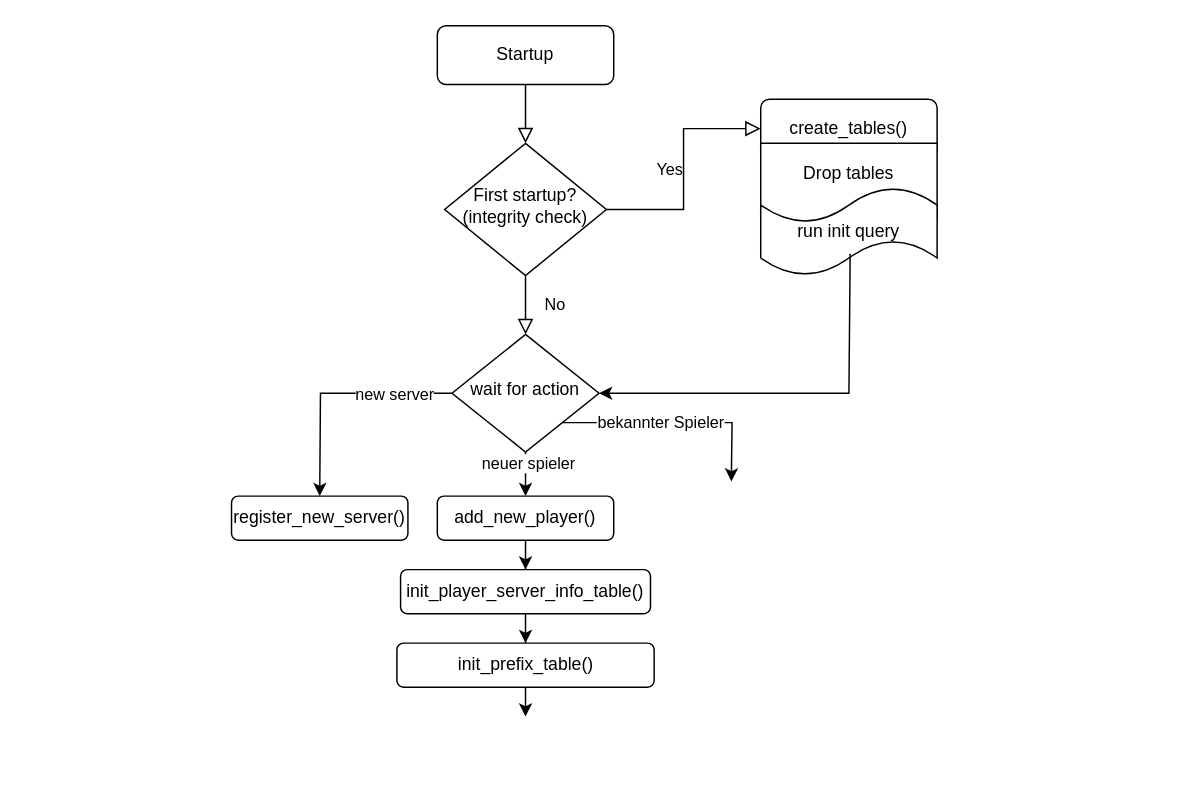
Before: database/Untitled Diagram.drawio in Tobias-Auer/MCConnect, a draw.io diagram. Source tidied: cells renumbered, new cells numbered last; positions are measured from the earlier drawing's top-left corner, leaving out a move shared by most shapes. Both pictures are drawn from the tidied source at 147%, with x=0, y=0 at pixel (231, 25).
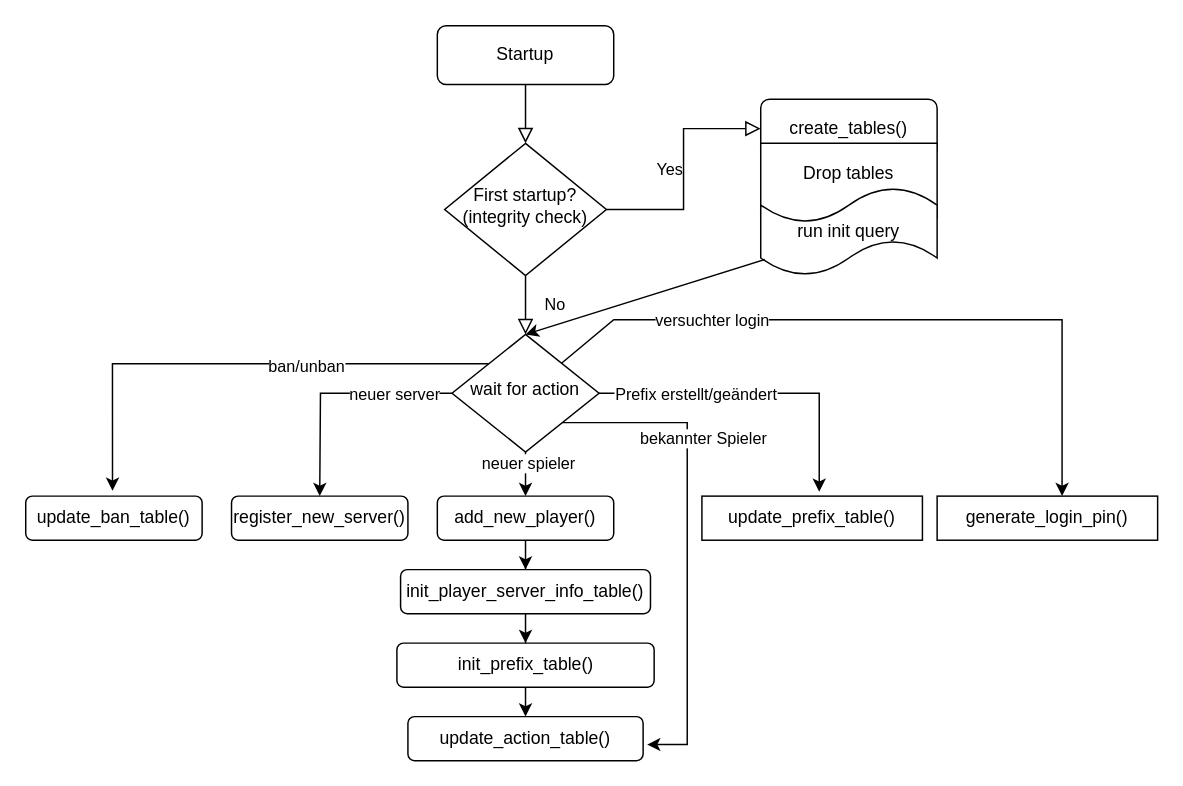
The same page after the edit.

The change refers to these unchanged cells:
```xml
<mxCell id="6" value="&lt;div&gt;First startup?&lt;/div&gt;&lt;div&gt;(integrity check)&lt;br&gt;&lt;/div&gt;" style="rhombus;whiteSpace=wrap;html=1;shadow=0;fontFamily=Helvetica;fontSize=12;align=center;strokeWidth=1;spacing=6;spacingTop=-4;" parent="1" vertex="1">
  <mxGeometry x="145" y="80" width="110" height="90" as="geometry" />
</mxCell>
<mxCell id="8" style="edgeStyle=orthogonalEdgeStyle;rounded=0;jettySize=auto;html=1;exitX=0;exitY=0.5;exitDx=0;exitDy=0;" parent="1" edge="1" source="14">
  <mxGeometry relative="1" as="geometry">
    <mxPoint x="60" y="320" as="targetPoint" />
  </mxGeometry>
</mxCell>
<mxCell id="14" value="&lt;div&gt;wait for action&lt;/div&gt;" style="rhombus;whiteSpace=wrap;html=1;shadow=0;fontFamily=Helvetica;fontSize=12;align=center;strokeWidth=1;spacing=6;spacingTop=-4;" parent="1" vertex="1">
  <mxGeometry x="150" y="210" width="100" height="80" as="geometry" />
</mxCell>
<mxCell id="16" value="run init query" style="shape=tape;whiteSpace=wrap;html=1;" parent="1" vertex="1">
  <mxGeometry x="360" y="110" width="120" height="60" as="geometry" />
</mxCell>
```

Change to the diagram source:
```diff
@@
     <mxCell id="4" value="No" style="rounded=0;html=1;jettySize=auto;fontSize=11;endArrow=block;endFill=0;endSize=8;strokeWidth=1;shadow=0;labelBackgroundColor=none;edgeStyle=orthogonalEdgeStyle;" parent="1" edge="1" source="6" target="14">
-      <mxGeometry y="20" relative="1" as="geometry" />
+      <mxGeometry y="20" relative="1" as="geometry">
+        <Array as="points">
+          <mxPoint x="200" y="170" />
+        </Array>
+      </mxGeometry>
     </mxCell>
@@
-    <mxCell id="9" value="new server" style="edgeLabel;html=1;align=center;verticalAlign=middle;" parent="8" vertex="1">
+    <mxCell id="9" value="neuer server" style="edgeLabel;html=1;align=center;verticalAlign=middle;" parent="8" vertex="1">
       <mxGeometry x="-0.05" relative="1" as="geometry">
         <mxPoint x="36" as="offset" />
       </mxGeometry>
     </mxCell>
@@
-    <mxCell id="12" style="edgeStyle=orthogonalEdgeStyle;rounded=0;jettySize=auto;html=1;exitX=1;exitY=1;exitDx=0;exitDy=0;" parent="1" edge="1" source="14">
+    <mxCell id="12" style="edgeStyle=orthogonalEdgeStyle;rounded=0;jettySize=auto;html=1;exitX=1;exitY=1;exitDx=0;exitDy=0;entryX=1.017;entryY=0.633;entryDx=0;entryDy=0;entryPerimeter=0;" parent="1" edge="1" source="14" target="30">
       <mxGeometry relative="1" as="geometry">
-        <mxPoint x="340" y="310" as="targetPoint" />
+        <Array as="points">
+          <mxPoint x="310" y="270" />
+          <mxPoint x="310" y="489" />
+        </Array>
       </mxGeometry>
     </mxCell>
     <mxCell id="13" value="bekannter Spieler" style="edgeLabel;html=1;align=center;verticalAlign=middle;" parent="12" vertex="1">
       <mxGeometry x="-0.04" y="1" relative="1" as="geometry">
-        <mxPoint x="-9" as="offset" />
+        <mxPoint x="9" y="-64" as="offset" />
       </mxGeometry>
     </mxCell>
+    <mxCell id="26" style="edgeStyle=orthogonalEdgeStyle;rounded=0;jettySize=auto;html=1;exitX=1;exitY=0.5;exitDx=0;exitDy=0;entryX=0.532;entryY=-0.098;entryDx=0;entryDy=0;entryPerimeter=0;" parent="1" edge="1" source="14" target="31">
+      <mxGeometry relative="1" as="geometry">
+        <Array as="points">
+          <mxPoint x="400" y="250" />
+        </Array>
+      </mxGeometry>
+    </mxCell>
+    <mxCell id="27" value="Prefix erstellt/geändert" style="edgeLabel;html=1;align=center;verticalAlign=middle;" parent="26" vertex="1">
+      <mxGeometry x="-0.4" relative="1" as="geometry" />
+    </mxCell>
+    <mxCell id="28" style="edgeStyle=orthogonalEdgeStyle;rounded=0;jettySize=auto;html=1;exitX=0;exitY=0;exitDx=0;exitDy=0;entryX=0.492;entryY=-0.121;entryDx=0;entryDy=0;entryPerimeter=0;" parent="1" edge="1" source="14" target="35">
+      <mxGeometry relative="1" as="geometry" />
+    </mxCell>
+    <mxCell id="29" value="ban/unban" style="edgeLabel;html=1;align=center;verticalAlign=middle;" parent="28" vertex="1">
+      <mxGeometry x="-0.19" y="1" relative="1" as="geometry">
+        <mxPoint x="14" as="offset" />
+      </mxGeometry>
+    </mxCell>
@@
-    <mxCell id="17" style="endArrow=classic;html=1;rounded=0;exitX=0.507;exitY=0.753;exitDx=0;exitDy=0;exitPerimeter=0;" parent="1" edge="1" source="16" target="14">
-      <mxGeometry relative="1" as="geometry">
-        <Array as="points">
-          <mxPoint x="420" y="250" />
-        </Array>
-      </mxGeometry>
-    </mxCell>
@@
+    <mxCell id="30" value="update_action_table()" style="rounded=1;whiteSpace=wrap;html=1;" parent="1" vertex="1">
+      <mxGeometry x="120" y="470" width="160" height="30" as="geometry" />
+    </mxCell>
+    <mxCell id="31" value="update_prefix_table()" style="rounded=0;whiteSpace=wrap;html=1;" parent="1" vertex="1">
+      <mxGeometry x="320" y="320" width="150" height="30" as="geometry" />
+    </mxCell>
+    <mxCell id="17" style="endArrow=classic;html=1;rounded=0;exitX=0.023;exitY=0.817;exitDx=0;exitDy=0;exitPerimeter=0;entryX=0.5;entryY=0;entryDx=0;entryDy=0;" parent="1" edge="1" source="16" target="14">
+      <mxGeometry relative="1" as="geometry" />
+    </mxCell>
+    <mxCell id="32" style="endArrow=classic;html=1;rounded=0;" parent="1" edge="1" source="14">
+      <mxGeometry relative="1" as="geometry">
+        <mxPoint x="565" y="320" as="targetPoint" />
+        <Array as="points">
+          <mxPoint x="260" y="200" />
+          <mxPoint x="565" y="200" />
+          <mxPoint x="565" y="320" />
+        </Array>
+      </mxGeometry>
+    </mxCell>
+    <mxCell id="33" value="versuchter login" style="edgeLabel;html=1;align=center;verticalAlign=middle;" parent="32" vertex="1">
+      <mxGeometry x="-0.52" relative="1" as="geometry" />
+    </mxCell>
+    <mxCell id="34" value="&lt;div&gt;generate_login_pin()&lt;/div&gt;" style="rounded=0;whiteSpace=wrap;html=1;" parent="1" vertex="1">
+      <mxGeometry x="480" y="320" width="150" height="30" as="geometry" />
+    </mxCell>
+    <mxCell id="35" value="update_ban_table()" style="rounded=1;whiteSpace=wrap;html=1;" parent="1" vertex="1">
+      <mxGeometry x="-140" y="320" width="120" height="30" as="geometry" />
+    </mxCell>
```
